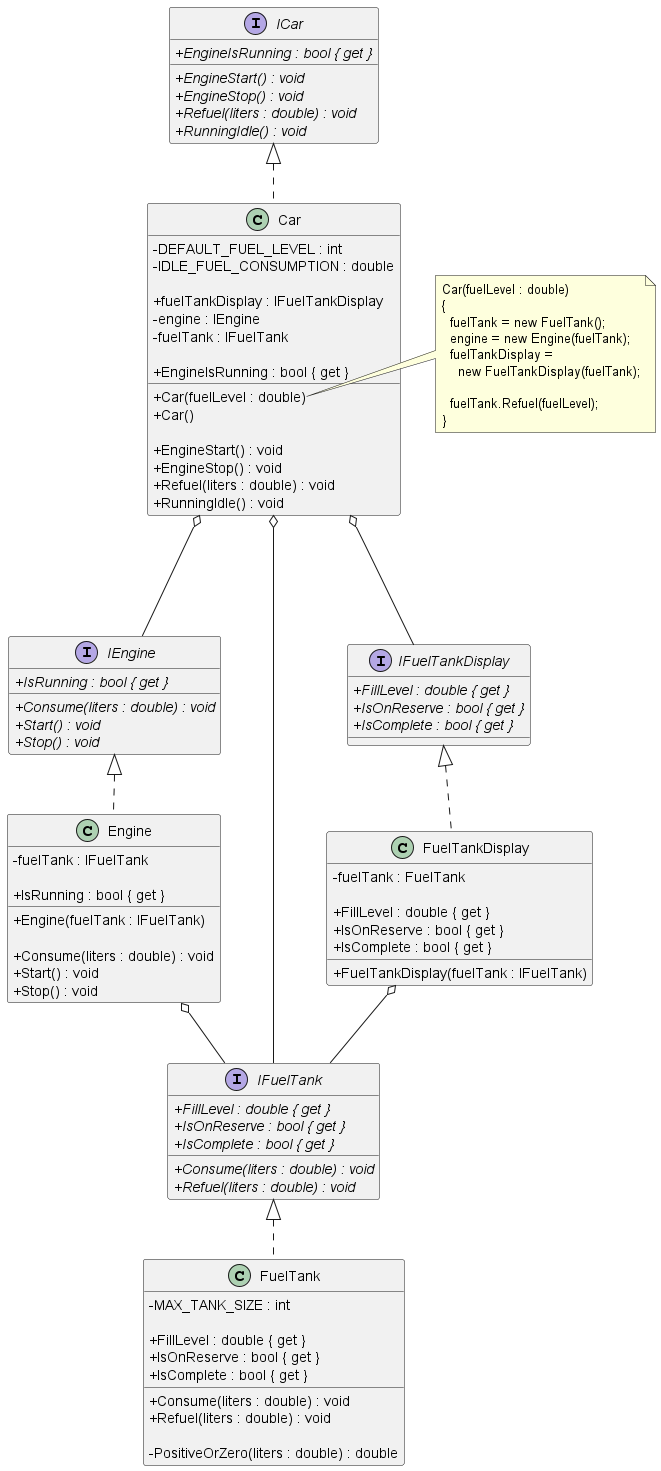
iamfranco/EngineAndFuelTankKata keeps this PlantUML diagram as puml/Engine And Fuel Tank.png. Above is the earlier version.
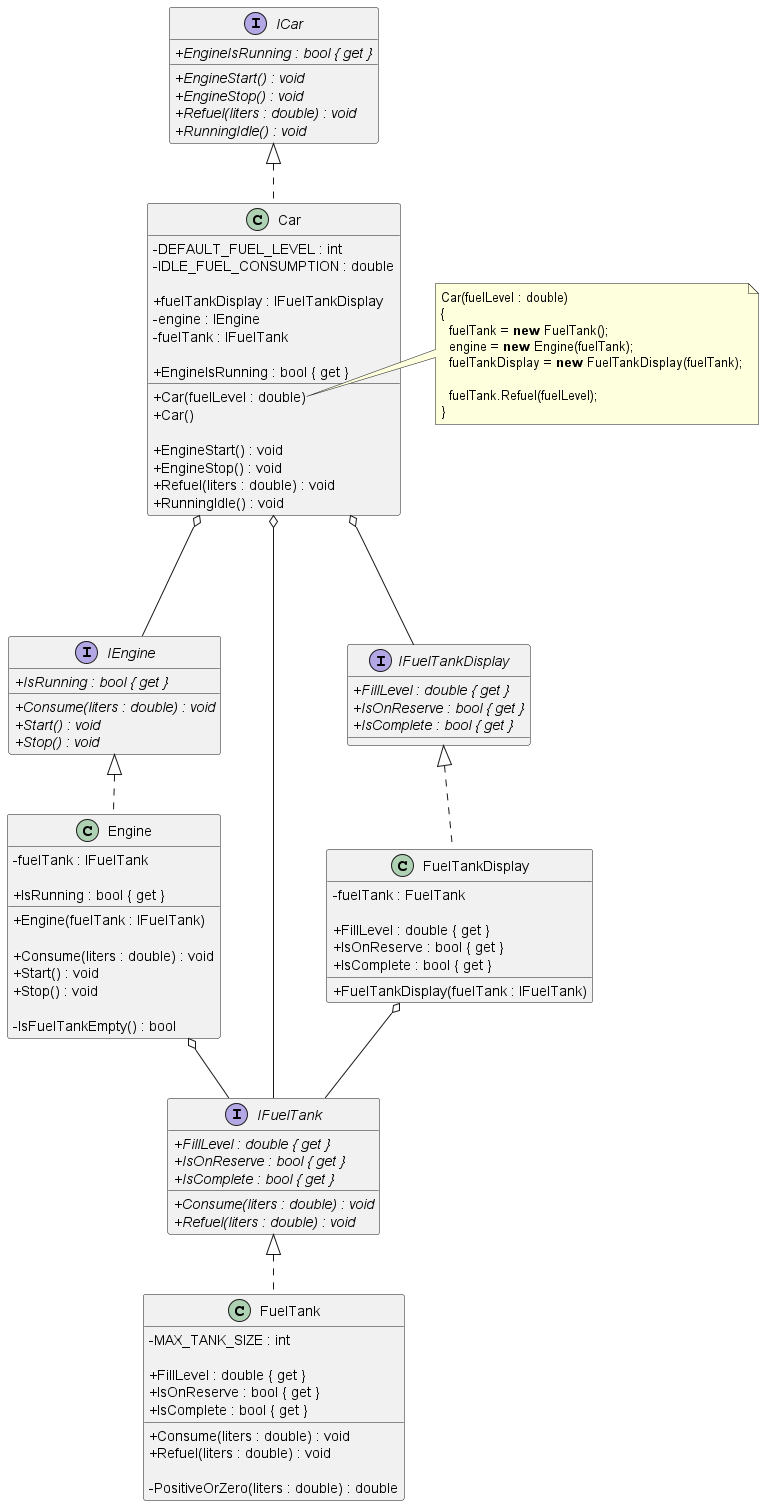
After the change.

Commit message:
add IsFuelTankEmpty() private method to UML, and make new keyword bold

The edit, as a diff of the source:
```diff
@@ -65,6 +65,8 @@
   + Consume(liters : double) : void
   + Start() : void
   + Stop() : void
+
+  - IsFuelTankEmpty() : bool
 }
 
 class FuelTank
@@ -108,10 +110,9 @@
 note right of Car::Car
 Car(fuelLevel : double)
 {
-  fuelTank = new FuelTank();
-  engine = new Engine(fuelTank);
-  fuelTankDisplay =
-    new FuelTankDisplay(fuelTank);
+  fuelTank = **new** FuelTank();
+  engine = **new** Engine(fuelTank);
+  fuelTankDisplay = **new** FuelTankDisplay(fuelTank);
 
   fuelTank.Refuel(fuelLevel);
 }
```
